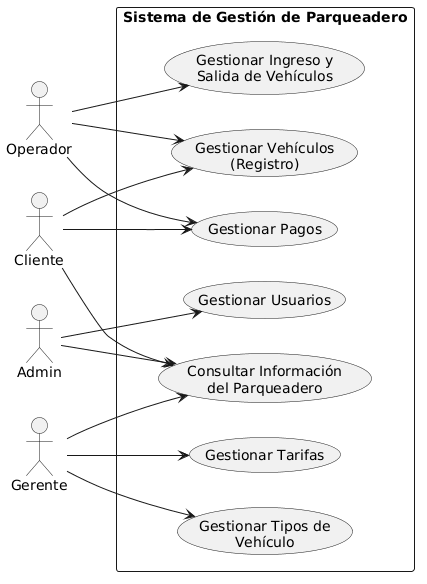
The PlantUML diagram docs/domain/UC0-diagram.png in xdark-nessx20/demo_parq_temp, before a commit.
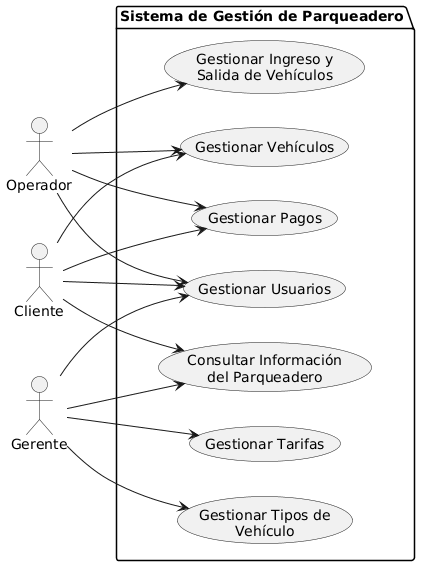
Later version of the same file.

The edit, as a diff of the source:
```diff
@@ -1,17 +1,15 @@
 @startuml
 left to right direction
-skinparam packageStyle rectangle
 
-actor "Cliente" as cliente
-actor "Operador" as operador
-actor "Admin" as admin
-actor "Gerente" as gerente
+actor "Cliente" as c
+actor "Operador" as o
+actor "Gerente" as g
 
-rectangle "Sistema de Gestión de Parqueadero" {
+package "Sistema de Gestión de Parqueadero" {
 
   usecase "Gestionar Ingreso y\nSalida de Vehículos" as UC1
   usecase "Gestionar Pagos" as UC2
-  usecase "Gestionar Vehículos\n(Registro)" as UC3
+  usecase "Gestionar Vehículos" as UC3
   usecase "Gestionar Tarifas" as UC4
   usecase "Gestionar Tipos de\nVehículo" as UC5
   usecase "Gestionar Usuarios" as UC6
@@ -19,19 +17,18 @@
 
 }
 
-cliente --> UC2
-cliente --> UC3
-cliente --> UC7
+c --> UC2
+c --> UC3
+c --> UC6
+c --> UC7
 
-operador --> UC1
-operador --> UC2
-operador --> UC3
+o --> UC1
+o --> UC2
+o --> UC3
+o --> UC6
 
-admin --> UC6
-admin --> UC7
-
-
-gerente --> UC4
-gerente --> UC5
-gerente --> UC7
+g --> UC4
+g --> UC5
+g --> UC7
+g --> UC6
 @enduml
```
